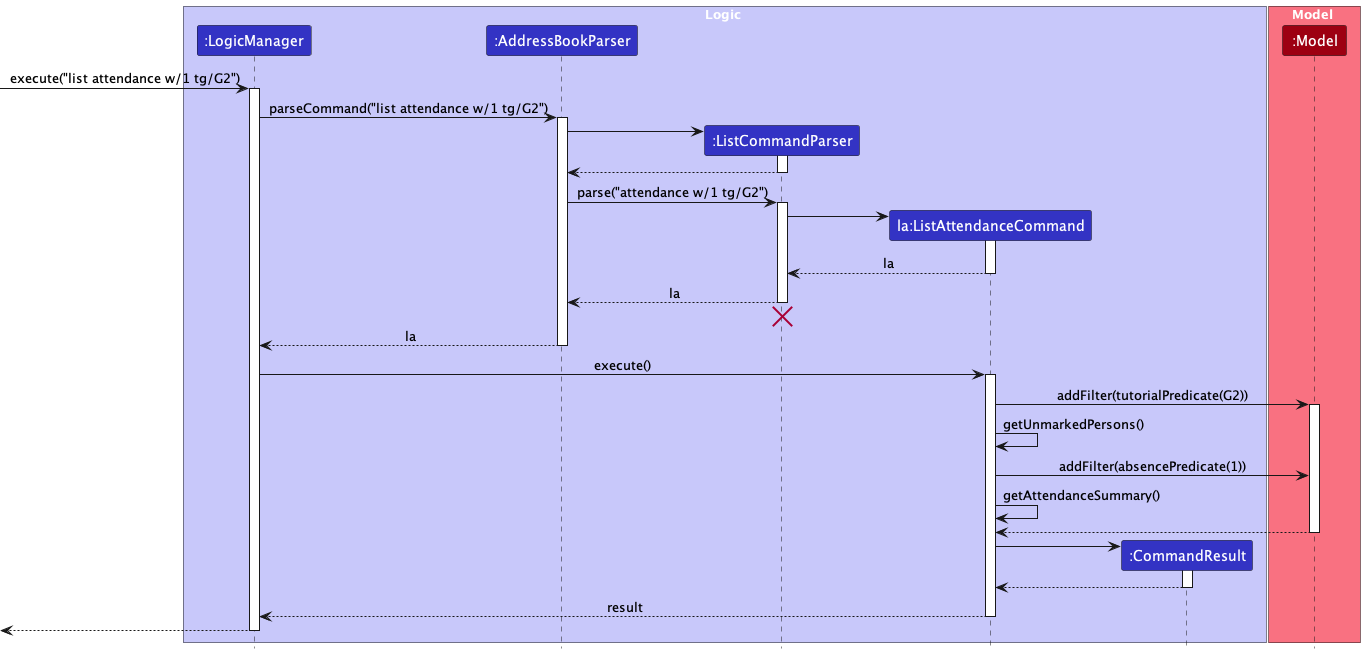
nus-cs2103-AY2324S1/tp keeps this PlantUML diagram as docs/images/ListAttendanceSeqDiagram.png. Above is the earlier version. The source it was exported from:
```plantuml
@startuml
!include style.puml
skinparam ArrowFontStyle plain

box Logic LOGIC_COLOR_T1
participant ":LogicManager" as LogicManager LOGIC_COLOR
participant ":AddressBookParser" as AddressBookParser LOGIC_COLOR
participant ":ListCommandParser" as ListCommandParser LOGIC_COLOR
participant "la:ListAttendanceCommand" as ListAttendanceCommand LOGIC_COLOR
participant ":CommandResult" as CommandResult LOGIC_COLOR
end box

box Model MODEL_COLOR_T1
participant ":Model" as Model MODEL_COLOR
end box

[-> LogicManager : execute("list attendance w/1 tg/G2")
activate LogicManager

LogicManager -> AddressBookParser : parseCommand("list attendance w/1 tg/G2")
activate AddressBookParser

create ListCommandParser
AddressBookParser -> ListCommandParser
activate ListCommandParser

ListCommandParser --> AddressBookParser
deactivate ListCommandParser

AddressBookParser -> ListCommandParser : parse("attendance w/1 tg/G2")
activate ListCommandParser

create ListAttendanceCommand
ListCommandParser -> ListAttendanceCommand
activate ListAttendanceCommand

ListAttendanceCommand --> ListCommandParser : la
deactivate ListAttendanceCommand

ListCommandParser --> AddressBookParser : la
deactivate ListCommandParser
ListCommandParser -[hidden]-> AddressBookParser
destroy ListCommandParser

AddressBookParser --> LogicManager : la
deactivate AddressBookParser

LogicManager -> ListAttendanceCommand : execute()
activate ListAttendanceCommand

ListAttendanceCommand -> Model : addFilter(tutorialPredicate(G2))
activate Model

ListAttendanceCommand -> ListAttendanceCommand : getUnmarkedPersons()

ListAttendanceCommand -> Model : addFilter(absencePredicate(1))

ListAttendanceCommand -> ListAttendanceCommand : getAttendanceSummary()

Model --> ListAttendanceCommand
deactivate Model

create CommandResult
ListAttendanceCommand -> CommandResult
activate CommandResult

CommandResult --> ListAttendanceCommand
deactivate CommandResult

ListAttendanceCommand --> LogicManager : result
deactivate ListAttendanceCommand

[<--LogicManager
deactivate LogicManager
@enduml
```
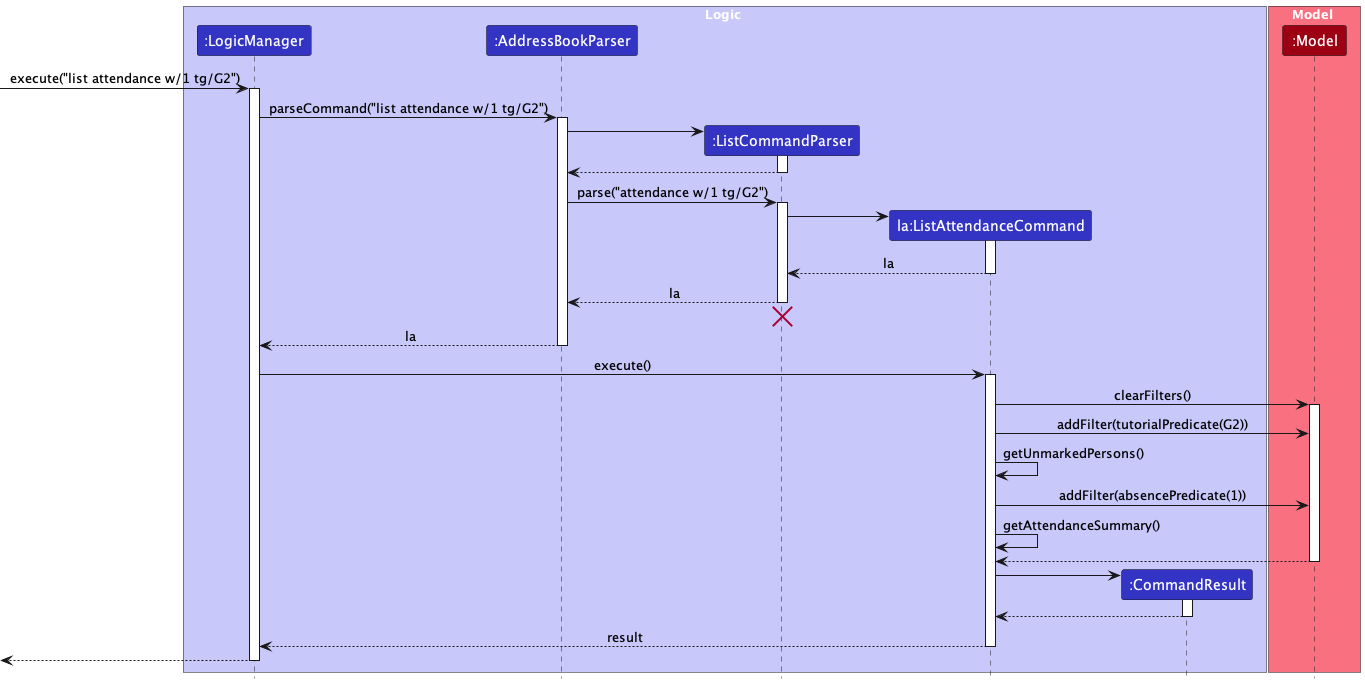
After the change.

Commit message:
Update use cases, diagrams in DeveloperGuide.md

Diff of the diagram source:
```diff
@@ -48,8 +48,10 @@
 LogicManager -> ListAttendanceCommand : execute()
 activate ListAttendanceCommand
 
+ListAttendanceCommand -> Model : clearFilters()
+activate Model
+
 ListAttendanceCommand -> Model : addFilter(tutorialPredicate(G2))
-activate Model
 
 ListAttendanceCommand -> ListAttendanceCommand : getUnmarkedPersons()
 
```
